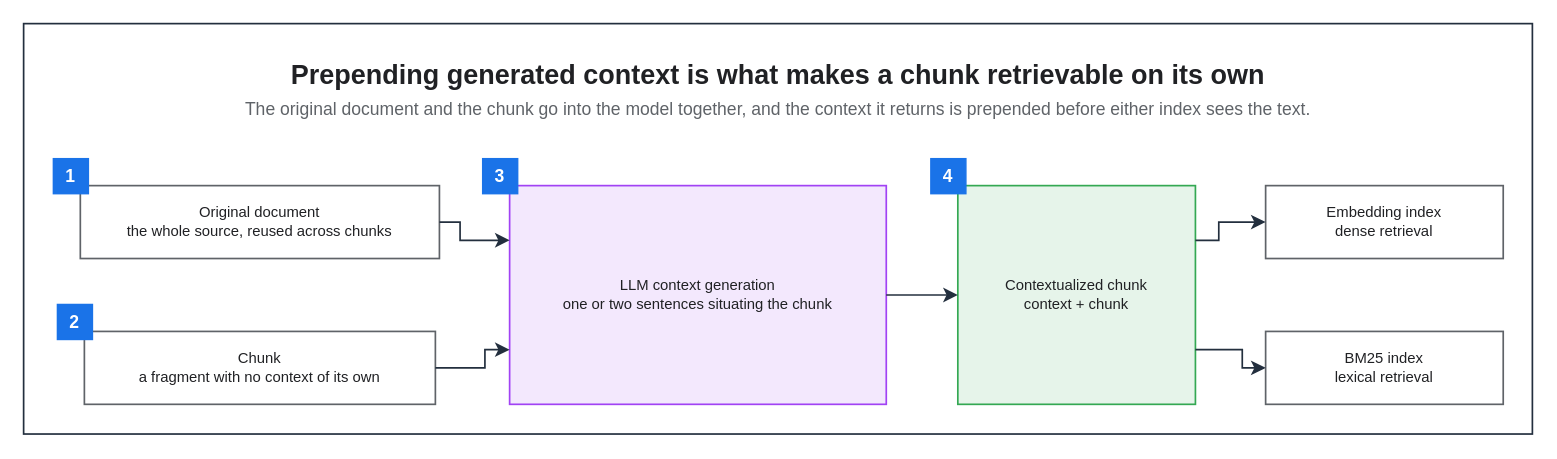
This is assets/img/ai/rag-02-contextual-retrieval.drawio from KKamJi98/kkamji98.github.io, a draw.io file, before an edit. Source tidied: cells renumbered, new cells numbered last; positions are measured from the earlier drawing's top-left corner, leaving out a move shared by most shapes. Both pictures are drawn from the tidied source at 135%, with x=0, y=0 at pixel (23, 23).
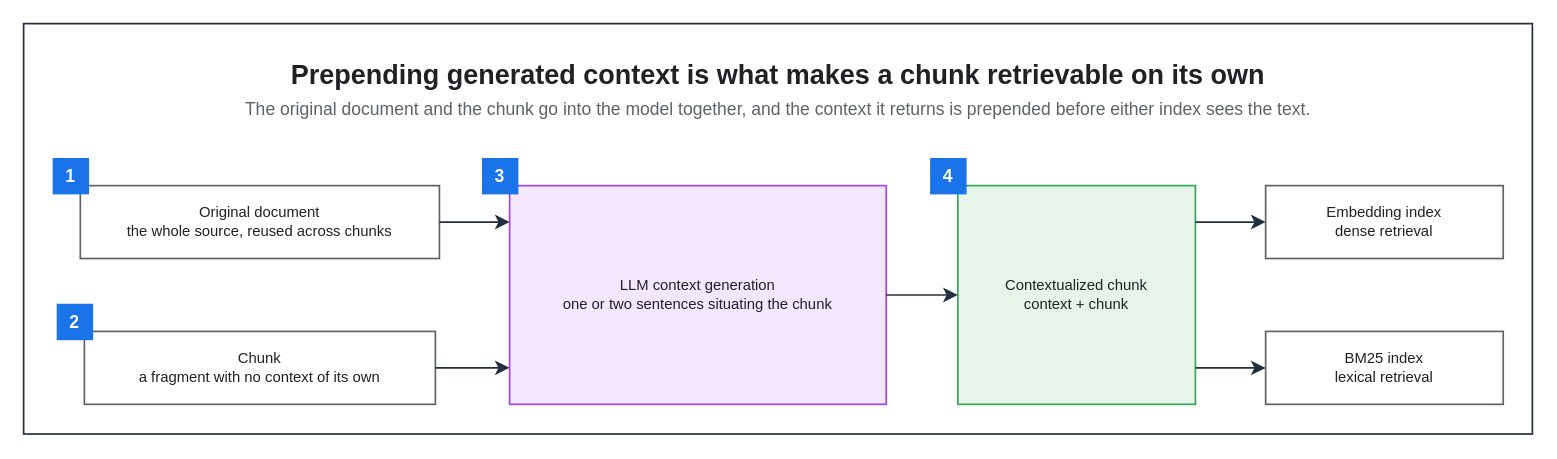
The same page after the edit.

The change refers to these unchanged cells:
```xml
<mxCell id="5" value="Original document&#10;the whole source, reused across chunks" style="rounded=0;whiteSpace=wrap;html=0;fillColor=#FFFFFF;strokeColor=#5F6368;fontColor=#202124;fontSize=11;fontStyle=0;align=center;verticalAlign=middle;spacingLeft=6;spacingRight=6;strokeWidth=1.25;" parent="1" vertex="1">
  <mxGeometry x="42" y="120" width="266" height="54" as="geometry" />
</mxCell>
<mxCell id="6" value="Chunk&#10;a fragment with no context of its own" style="rounded=0;whiteSpace=wrap;html=0;fillColor=#FFFFFF;strokeColor=#5F6368;fontColor=#202124;fontSize=11;fontStyle=0;align=center;verticalAlign=middle;spacingLeft=6;spacingRight=6;strokeWidth=1.25;" parent="1" vertex="1">
  <mxGeometry x="45" y="228" width="260" height="54" as="geometry" />
</mxCell>
<mxCell id="7" value="LLM context generation&#10;one or two sentences situating the chunk" style="rounded=0;whiteSpace=wrap;html=0;fillColor=#F3E8FD;strokeColor=#A142F4;fontColor=#202124;fontSize=11;fontStyle=0;align=center;verticalAlign=middle;spacingLeft=6;spacingRight=6;strokeWidth=1.25;" parent="1" vertex="1">
  <mxGeometry x="360" y="120" width="279" height="162" as="geometry" />
</mxCell>
<mxCell id="8" value="Contextualized chunk&#10;context + chunk" style="rounded=0;whiteSpace=wrap;html=0;fillColor=#E6F4EA;strokeColor=#34A853;fontColor=#202124;fontSize=11;fontStyle=0;align=center;verticalAlign=middle;spacingLeft=6;spacingRight=6;strokeWidth=1.25;" parent="1" vertex="1">
  <mxGeometry x="692" y="120" width="176" height="162" as="geometry" />
</mxCell>
<mxCell id="9" value="Embedding index&#10;dense retrieval" style="rounded=0;whiteSpace=wrap;html=0;fillColor=#FFFFFF;strokeColor=#5F6368;fontColor=#202124;fontSize=11;fontStyle=0;align=center;verticalAlign=middle;spacingLeft=6;spacingRight=6;strokeWidth=1.25;" parent="1" vertex="1">
  <mxGeometry x="920" y="120" width="176" height="54" as="geometry" />
</mxCell>
<mxCell id="10" value="BM25 index&#10;lexical retrieval" style="rounded=0;whiteSpace=wrap;html=0;fillColor=#FFFFFF;strokeColor=#5F6368;fontColor=#202124;fontSize=11;fontStyle=0;align=center;verticalAlign=middle;spacingLeft=6;spacingRight=6;strokeWidth=1.25;" parent="1" vertex="1">
  <mxGeometry x="920" y="228" width="176" height="54" as="geometry" />
</mxCell>
```

The edit, as a diff of the source:
```diff
@@
-    <mxCell id="15" style="edgeStyle=orthogonalEdgeStyle;rounded=0;html=0;strokeColor=#232F3E;strokeWidth=1.25;endArrow=classic;endFill=1;endSize=7;fontSize=11;fontColor=#202124;labelBackgroundColor=none;jettySize=14;exitX=1;exitY=0.5;entryX=0;entryY=0.25;exitDx=0;exitDy=0;entryDx=0;entryDy=0;" parent="1" edge="1" source="5" target="7">
-      <mxGeometry relative="1" as="geometry">
-        <Array as="points">
-          <mxPoint x="323.3" y="147" />
-          <mxPoint x="323.3" y="160.5" />
-        </Array>
-      </mxGeometry>
+    <mxCell id="15" style="edgeStyle=orthogonalEdgeStyle;rounded=0;html=0;strokeColor=#232F3E;strokeWidth=1.25;endArrow=classic;endFill=1;endSize=7;fontSize=11;fontColor=#202124;labelBackgroundColor=none;jettySize=14;exitX=1;exitY=0.5;entryX=0;entryY=0.1667;exitDx=0;exitDy=0;entryDx=0;entryDy=0;" parent="1" edge="1" source="5" target="7">
+      <mxGeometry relative="1" as="geometry" />
     </mxCell>
-    <mxCell id="16" style="edgeStyle=orthogonalEdgeStyle;rounded=0;html=0;strokeColor=#232F3E;strokeWidth=1.25;endArrow=classic;endFill=1;endSize=7;fontSize=11;fontColor=#202124;labelBackgroundColor=none;jettySize=14;exitX=1;exitY=0.5;entryX=0;entryY=0.75;exitDx=0;exitDy=0;entryDx=0;entryDy=0;" parent="1" edge="1" source="6" target="7">
-      <mxGeometry relative="1" as="geometry">
-        <Array as="points">
-          <mxPoint x="341.7" y="255" />
-          <mxPoint x="341.7" y="241.5" />
-        </Array>
-      </mxGeometry>
+    <mxCell id="16" style="edgeStyle=orthogonalEdgeStyle;rounded=0;html=0;strokeColor=#232F3E;strokeWidth=1.25;endArrow=classic;endFill=1;endSize=7;fontSize=11;fontColor=#202124;labelBackgroundColor=none;jettySize=14;exitX=1;exitY=0.5;entryX=0;entryY=0.8333;exitDx=0;exitDy=0;entryDx=0;entryDy=0;" parent="1" edge="1" source="6" target="7">
+      <mxGeometry relative="1" as="geometry" />
     </mxCell>
@@
-    <mxCell id="18" style="edgeStyle=orthogonalEdgeStyle;rounded=0;html=0;strokeColor=#232F3E;strokeWidth=1.25;endArrow=classic;endFill=1;endSize=7;fontSize=11;fontColor=#202124;labelBackgroundColor=none;jettySize=14;exitX=1;exitY=0.25;entryX=0;entryY=0.5;exitDx=0;exitDy=0;entryDx=0;entryDy=0;" parent="1" edge="1" source="8" target="9">
-      <mxGeometry relative="1" as="geometry">
-        <Array as="points">
-          <mxPoint x="885.3" y="160.5" />
-          <mxPoint x="885.3" y="147" />
-        </Array>
-      </mxGeometry>
+    <mxCell id="18" style="edgeStyle=orthogonalEdgeStyle;rounded=0;html=0;strokeColor=#232F3E;strokeWidth=1.25;endArrow=classic;endFill=1;endSize=7;fontSize=11;fontColor=#202124;labelBackgroundColor=none;jettySize=14;exitX=1;exitY=0.1667;entryX=0;entryY=0.5;exitDx=0;exitDy=0;entryDx=0;entryDy=0;" parent="1" edge="1" source="8" target="9">
+      <mxGeometry relative="1" as="geometry" />
     </mxCell>
-    <mxCell id="19" style="edgeStyle=orthogonalEdgeStyle;rounded=0;html=0;strokeColor=#232F3E;strokeWidth=1.25;endArrow=classic;endFill=1;endSize=7;fontSize=11;fontColor=#202124;labelBackgroundColor=none;jettySize=14;exitX=1;exitY=0.75;entryX=0;entryY=0.5;exitDx=0;exitDy=0;entryDx=0;entryDy=0;" parent="1" edge="1" source="8" target="10">
-      <mxGeometry relative="1" as="geometry">
-        <Array as="points">
-          <mxPoint x="902.7" y="241.5" />
-          <mxPoint x="902.7" y="255" />
-        </Array>
-      </mxGeometry>
+    <mxCell id="19" style="edgeStyle=orthogonalEdgeStyle;rounded=0;html=0;strokeColor=#232F3E;strokeWidth=1.25;endArrow=classic;endFill=1;endSize=7;fontSize=11;fontColor=#202124;labelBackgroundColor=none;jettySize=14;exitX=1;exitY=0.8333;entryX=0;entryY=0.5;exitDx=0;exitDy=0;entryDx=0;entryDy=0;" parent="1" edge="1" source="8" target="10">
+      <mxGeometry relative="1" as="geometry" />
     </mxCell>
```
